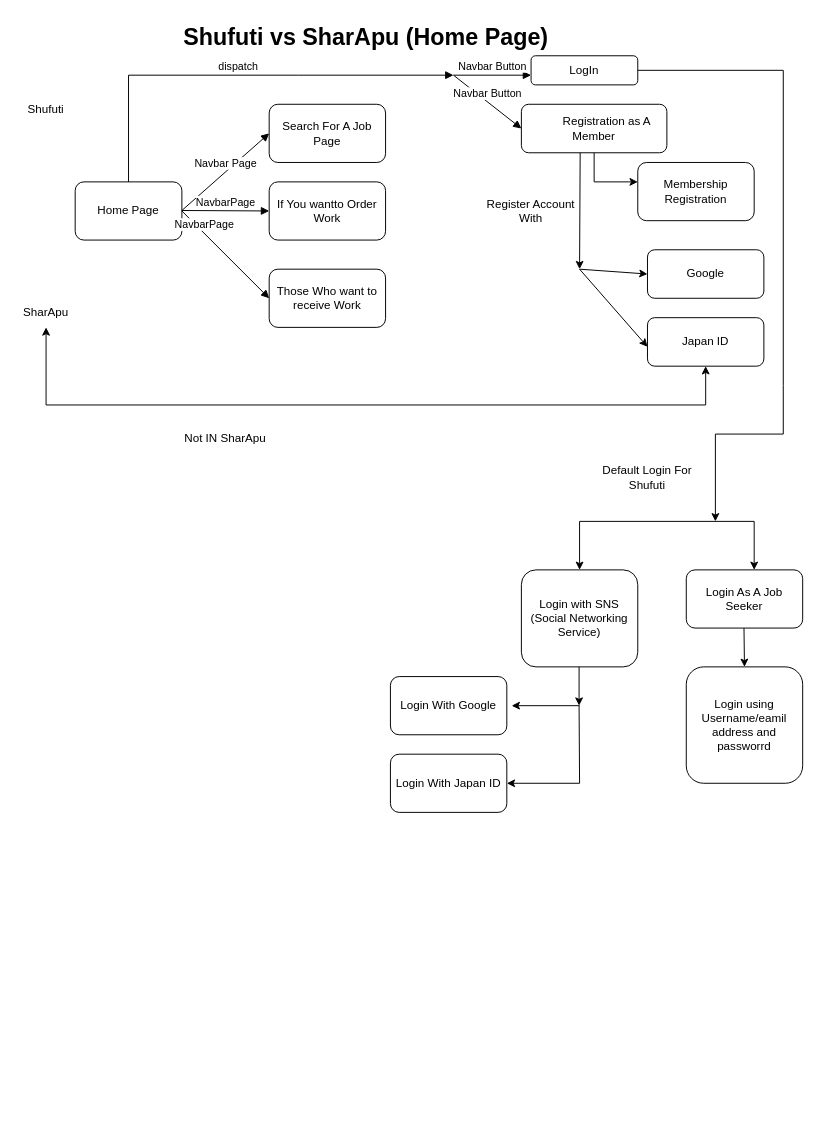
The draw.io diagram System Comparison - Shufuti vs SharApu/Home Page.drawio in SumaiyaTarannumNoor/SharApu-Job-Portal, before the edit. Source tidied: cells renumbered, new cells numbered last; positions are measured from the earlier drawing's top-left corner, leaving out a move shared by most shapes. Both pictures are drawn from the tidied source at 97%, with x=0, y=0 at pixel (16, 16).
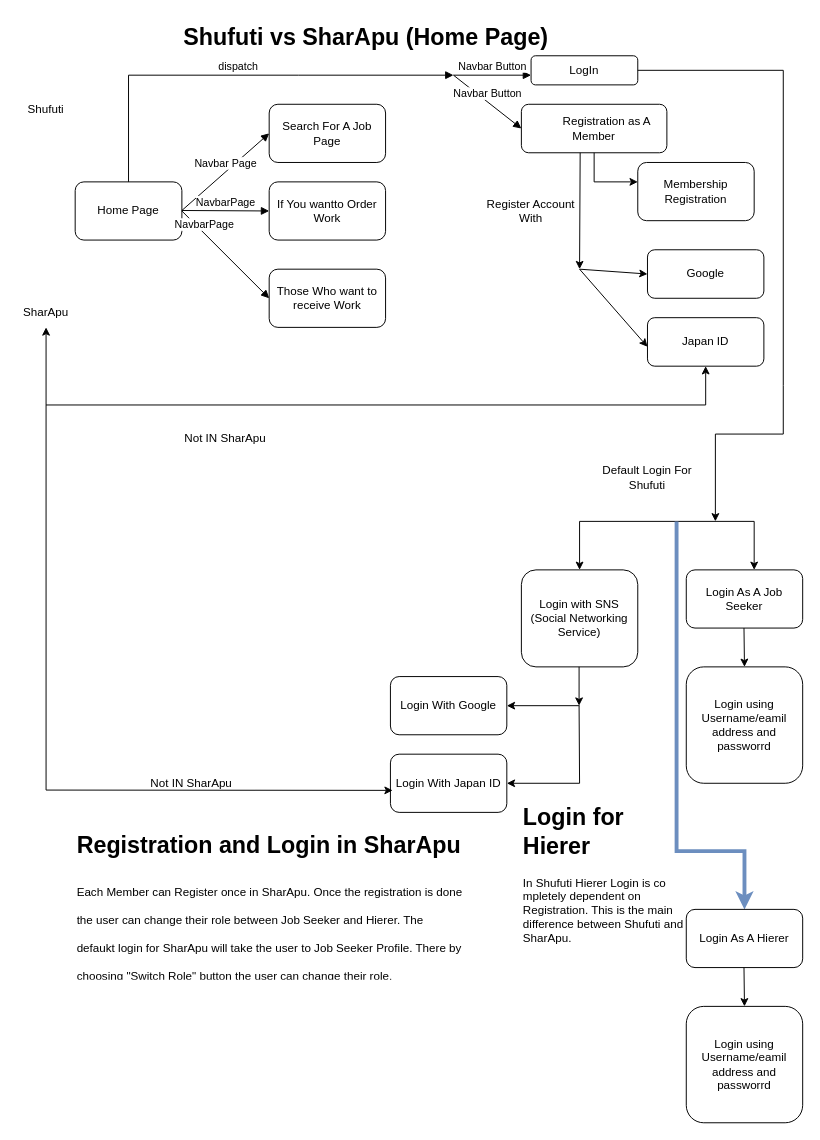
The same diagram, later.

Unchanged cells that the change refers to:
```xml
<mxCell id="40" value="Login With Google" style="rounded=1;whiteSpace=wrap;html=1;" parent="1" vertex="1">
  <mxGeometry x="385" y="680" width="120" height="60" as="geometry" />
</mxCell>
<mxCell id="41" value="Login With Japan ID" style="rounded=1;whiteSpace=wrap;html=1;" parent="1" vertex="1">
  <mxGeometry x="385" y="760" width="120" height="60" as="geometry" />
</mxCell>
```

The edit, as a diff of the source:
```diff
@@
-    <mxCell id="38" style="endArrow=classic;html=1;rounded=0;" parent="1" edge="1">
+    <mxCell id="38" style="endArrow=classic;html=1;rounded=0;entryX=1;entryY=0.5;entryDx=0;entryDy=0;" parent="1" edge="1" target="40">
       <mxGeometry relative="1" as="geometry">
         <mxPoint x="580" y="710" as="sourcePoint" />
-        <mxPoint x="510" y="710" as="targetPoint" />
       </mxGeometry>
     </mxCell>
@@
+    <mxCell id="42" style="endArrow=classic;html=1;rounded=0;entryX=0.019;entryY=0.622;entryDx=0;entryDy=0;entryPerimeter=0;" parent="1" edge="1" target="41">
+      <mxGeometry relative="1" as="geometry">
+        <mxPoint x="30" y="400" as="sourcePoint" />
+        <Array as="points">
+          <mxPoint x="30" y="797" />
+        </Array>
+      </mxGeometry>
+    </mxCell>
+    <mxCell id="43" value="Not IN SharApu" style="text;html=1;align=center;verticalAlign=middle;whiteSpace=wrap;rounded=0;" parent="1" vertex="1">
+      <mxGeometry x="120" y="775" width="120" height="30" as="geometry" />
+    </mxCell>
+    <mxCell id="44" value="&lt;h1 style=&quot;margin-top: 0px;&quot;&gt;Login for Hierer&lt;/h1&gt;&lt;p&gt;In Shufuti Hierer Login is co mpletely dependent on Registration. This is the main difference between Shufuti and SharApu.&lt;/p&gt;" style="text;html=1;whiteSpace=wrap;overflow=hidden;rounded=0;" parent="1" vertex="1">
+      <mxGeometry x="520" y="805" width="180" height="175" as="geometry" />
+    </mxCell>
+    <mxCell id="45" style="endArrow=classic;html=1;rounded=0;fillColor=#dae8fc;strokeColor=#6c8ebf;strokeWidth=4;" parent="1" edge="1">
+      <mxGeometry relative="1" as="geometry">
+        <mxPoint x="680" y="520" as="sourcePoint" />
+        <mxPoint x="750" y="920" as="targetPoint" />
+        <Array as="points">
+          <mxPoint x="680" y="860" />
+          <mxPoint x="750" y="860" />
+        </Array>
+      </mxGeometry>
+    </mxCell>
+    <mxCell id="46" value="Login As A Hierer" style="rounded=1;whiteSpace=wrap;html=1;" parent="1" vertex="1">
+      <mxGeometry x="690" y="920" width="120" height="60" as="geometry" />
+    </mxCell>
+    <mxCell id="47" style="endArrow=classic;html=1;rounded=0;entryX=0.5;entryY=0;entryDx=0;entryDy=0;" parent="1" edge="1">
+      <mxGeometry relative="1" as="geometry">
+        <mxPoint x="749.5" y="980" as="sourcePoint" />
+        <mxPoint x="750" y="1020" as="targetPoint" />
+      </mxGeometry>
+    </mxCell>
+    <mxCell id="48" value="Login using Username/eamil address and passworrd" style="rounded=1;whiteSpace=wrap;html=1;" parent="1" vertex="1">
+      <mxGeometry x="690" y="1020" width="120" height="120" as="geometry" />
+    </mxCell>
+    <mxCell id="49" value="&lt;h1 style=&quot;margin-top: 0px;&quot;&gt;Registration and Login in SharApu&lt;/h1&gt;&lt;h1 style=&quot;margin-top: 0px;&quot;&gt;&lt;span style=&quot;font-size: 12px; font-weight: 400;&quot;&gt;Each Member can Register once in SharApu. Once the registration is done the user can change their role between Job Seeker and Hierer. The defaukt login for SharApu will take the user to Job Seeker Profile. There by choosing &quot;Switch Role&quot; button the user can change their role.&lt;/span&gt;&lt;/h1&gt;" style="text;html=1;whiteSpace=wrap;overflow=hidden;rounded=0;" parent="1" vertex="1">
+      <mxGeometry x="60" y="833" width="400" height="157" as="geometry" />
+    </mxCell>
```
